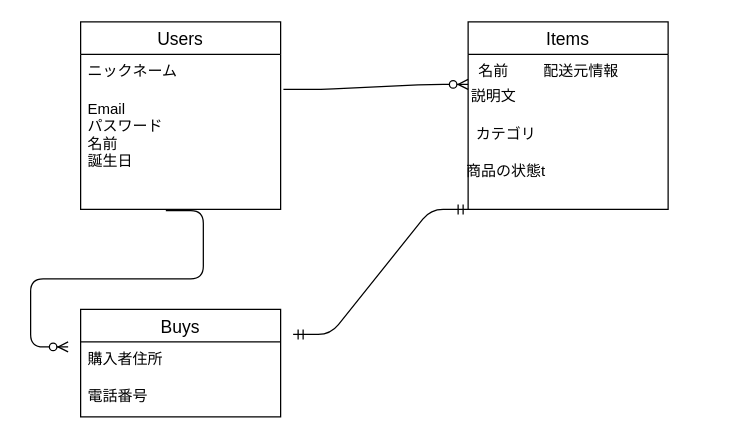
This is ER図.dio from ShinYKT/furima_32466, a draw.io file, before an edit. Source tidied: cells renumbered, new cells numbered last; positions are measured from the earlier drawing's top-left corner, leaving out a move shared by most shapes. Both pictures are drawn from the tidied source at 125%, with x=0, y=0 at pixel (68, 21).
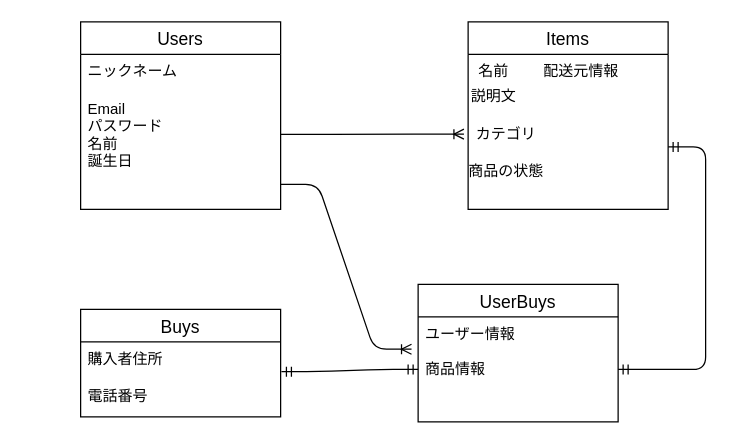
The same diagram, later.

The change refers to these unchanged cells:
```xml
<mxCell id="3" value="購入者住所" style="text;strokeColor=none;fillColor=none;spacingLeft=4;spacingRight=4;overflow=hidden;points=[[0,0.5],[1,0.5]];portConstraint=eastwest;fontSize=12;" parent="2" vertex="1">
  <mxGeometry y="26" width="160" height="30" as="geometry" />
</mxCell>
<mxCell id="5" value="Items" style="swimlane;fontStyle=0;horizontal=1;startSize=26;align=center;fontSize=14;" parent="1" vertex="1">
  <mxGeometry x="320" width="160" height="150" as="geometry" />
</mxCell>
<mxCell id="8" value="Email&#10;パスワード&#10;名前&#10;誕生日" style="text;strokeColor=none;fillColor=none;spacingLeft=4;spacingRight=4;overflow=hidden;points=[[0,0.5],[1,0.5]];portConstraint=eastwest;fontSize=12;" parent="6" vertex="1">
  <mxGeometry y="56" width="160" height="94" as="geometry" />
</mxCell>
<mxCell id="11" value="カテゴリ" style="text;html=1;align=center;verticalAlign=middle;points=[];" parent="1" vertex="1">
  <mxGeometry x="320" y="80" width="60" height="20" as="geometry" />
</mxCell>
```

The edit, as a diff of the source:
```diff
@@
-    <mxCell id="12" value="商品の状態t" style="text;html=1;align=center;verticalAlign=middle;" parent="1" vertex="1">
+    <mxCell id="12" value="商品の状態" style="text;html=1;align=center;verticalAlign=middle;" parent="1" vertex="1">
       <mxGeometry x="310" y="110" width="80" height="20" as="geometry" />
     </mxCell>
@@
-    <mxCell id="14" style="edgeStyle=entityRelationEdgeStyle;fontSize=12;html=1;endArrow=ERzeroToMany;endFill=1;exitX=1.014;exitY=-0.021;exitDx=0;exitDy=0;exitPerimeter=0;" parent="1" edge="1" source="8">
-      <mxGeometry relative="1" as="geometry">
-        <mxPoint x="320" y="50" as="targetPoint" />
-      </mxGeometry>
-    </mxCell>
-    <mxCell id="15" style="edgeStyle=entityRelationEdgeStyle;fontSize=12;html=1;endArrow=ERzeroToMany;endFill=1;exitX=0.426;exitY=1.011;exitDx=0;exitDy=0;exitPerimeter=0;" parent="1" edge="1" source="8">
-      <mxGeometry relative="1" as="geometry">
-        <mxPoint y="260" as="targetPoint" />
-      </mxGeometry>
-    </mxCell>
-    <mxCell id="16" style="edgeStyle=entityRelationEdgeStyle;fontSize=12;html=1;endArrow=ERmandOne;startArrow=ERmandOne;entryX=0;entryY=1;entryDx=0;entryDy=0;" parent="1" edge="1" target="5">
-      <mxGeometry relative="1" as="geometry">
-        <mxPoint x="180" y="250" as="sourcePoint" />
-      </mxGeometry>
-    </mxCell>
+    <mxCell id="17" value="UserBuys" style="swimlane;fontStyle=0;horizontal=1;startSize=26;align=center;fontSize=14;" parent="1" vertex="1">
+      <mxGeometry x="280" y="210" width="160" height="110" as="geometry" />
+    </mxCell>
+    <mxCell id="18" value="ユーザー情報&#10;&#10;商品情報" style="text;strokeColor=none;fillColor=none;spacingLeft=4;spacingRight=4;overflow=hidden;points=[[0,0.5],[1,0.5]];portConstraint=eastwest;fontSize=12;" parent="17" vertex="1">
+      <mxGeometry y="26" width="160" height="84" as="geometry" />
+    </mxCell>
+    <mxCell id="19" style="edgeStyle=entityRelationEdgeStyle;fontSize=12;html=1;endArrow=ERoneToMany;entryX=-0.033;entryY=0.308;entryDx=0;entryDy=0;entryPerimeter=0;" parent="1" edge="1" target="18">
+      <mxGeometry relative="1" as="geometry">
+        <mxPoint x="170" y="130" as="sourcePoint" />
+      </mxGeometry>
+    </mxCell>
+    <mxCell id="20" style="edgeStyle=entityRelationEdgeStyle;fontSize=12;html=1;endArrow=ERmandOne;startArrow=ERmandOne;entryX=1;entryY=0.5;entryDx=0;entryDy=0;" parent="1" edge="1" target="18">
+      <mxGeometry relative="1" as="geometry">
+        <mxPoint x="480" y="100" as="sourcePoint" />
+      </mxGeometry>
+    </mxCell>
+    <mxCell id="21" style="edgeStyle=entityRelationEdgeStyle;fontSize=12;html=1;endArrow=ERmandOne;startArrow=ERmandOne;exitX=1.004;exitY=0.795;exitDx=0;exitDy=0;exitPerimeter=0;entryX=0;entryY=0.5;entryDx=0;entryDy=0;" parent="1" edge="1" source="3" target="18">
+      <mxGeometry relative="1" as="geometry" />
+    </mxCell>
+    <mxCell id="22" style="edgeStyle=entityRelationEdgeStyle;fontSize=12;html=1;endArrow=ERoneToMany;entryX=-0.056;entryY=0.492;entryDx=0;entryDy=0;entryPerimeter=0;" parent="1" edge="1" target="11">
+      <mxGeometry relative="1" as="geometry">
+        <mxPoint x="170" y="90" as="sourcePoint" />
+      </mxGeometry>
+    </mxCell>
```
